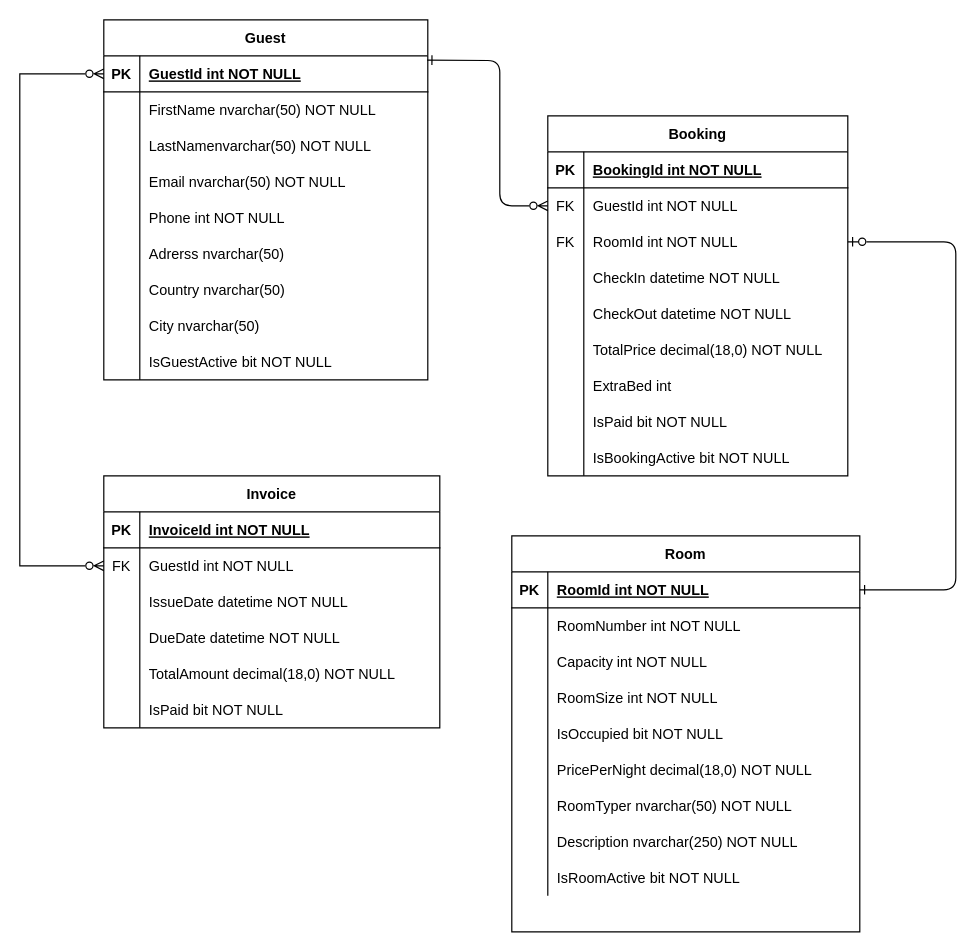
MosesDaCode/HotellCham keeps this draw.io diagram as Extra files/HotellCham ERD.drawio. Above is the earlier version. Source tidied: cells renumbered, new cells numbered last; positions are measured from the earlier drawing's top-left corner, leaving out a move shared by most shapes. Both pictures are drawn from the tidied source at 120%, with x=0, y=0 at pixel (19, 19).
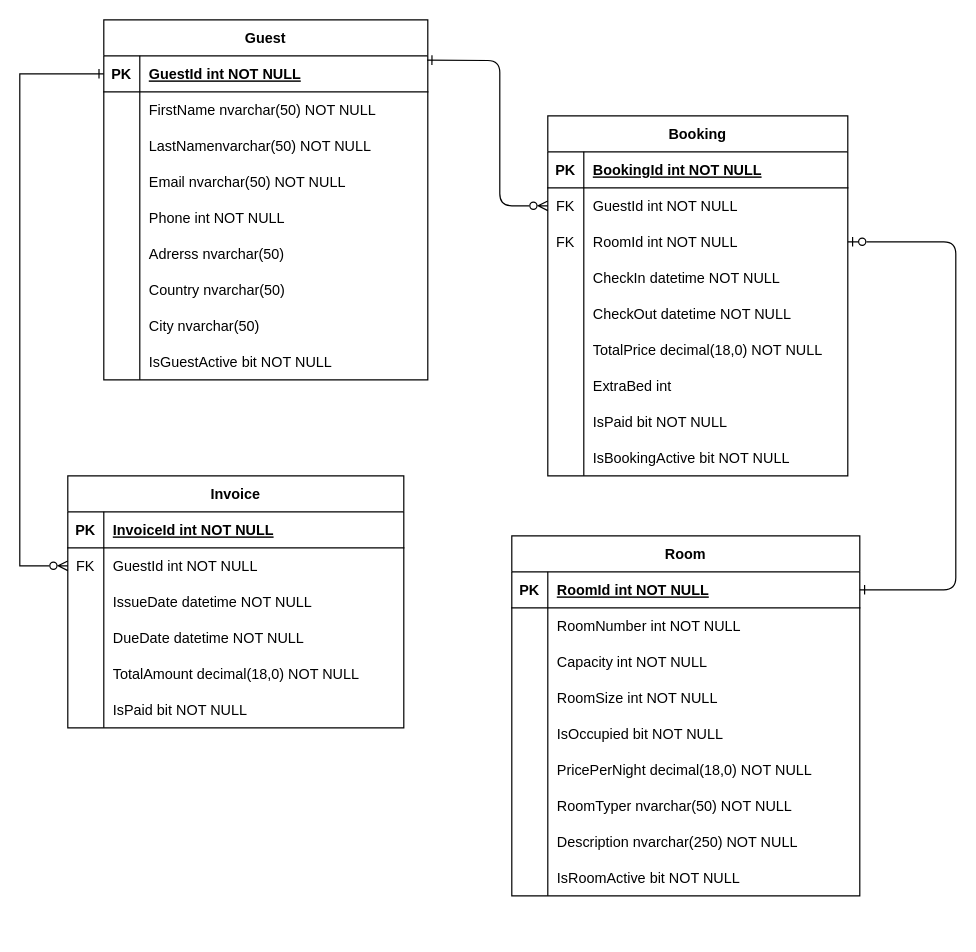
The same diagram, later.

The change refers to these unchanged cells:
```xml
<mxCell id="61" style="shape=partialRectangle;fillColor=none;points=[[0,0.5],[1,0.5]];portConstraint=eastwest;top=0;left=0;right=0;bottom=1;" parent="60" vertex="1">
  <mxGeometry y="30" width="270" height="30" as="geometry" />
</mxCell>
<mxCell id="92" style="shape=partialRectangle;fillColor=none;points=[[0,0.5],[1,0.5]];portConstraint=eastwest;top=0;left=0;right=0;bottom=0;" parent="88" vertex="1">
  <mxGeometry y="60" width="280" height="30" as="geometry" />
</mxCell>
```

Change to the diagram source:
```diff
@@
     <mxCell id="32" value="Room" style="shape=table;startSize=30;childLayout=tableLayout;rowLines=0;fontStyle=1;align=center;" parent="1" vertex="1">
-      <mxGeometry x="410" y="430" width="290" height="330" as="geometry" />
+      <mxGeometry x="410" y="430" width="290" height="300" as="geometry" />
     </mxCell>
@@
     <mxCell id="88" value="Invoice" style="shape=table;startSize=30;childLayout=tableLayout;rowLines=0;fontStyle=1;align=center;" parent="1" vertex="1">
-      <mxGeometry x="70" y="380" width="280" height="210" as="geometry" />
+      <mxGeometry x="40" y="380" width="280" height="210" as="geometry" />
     </mxCell>
@@
-    <mxCell id="107" style="endArrow=ERzeroToMany;html=1;rounded=0;exitX=0;exitY=0.5;exitDx=0;exitDy=0;entryX=0;entryY=0.5;entryDx=0;entryDy=0;startArrow=ERzeroToMany;startFill=0;endFill=0;" parent="1" edge="1" source="92" target="61">
+    <mxCell id="107" style="endArrow=ERone;html=1;rounded=0;exitX=0;exitY=0.5;exitDx=0;exitDy=0;entryX=0;entryY=0.5;entryDx=0;entryDy=0;startArrow=ERzeroToMany;startFill=0;endFill=0;" parent="1" edge="1" source="92" target="61">
       <mxGeometry relative="1" as="geometry">
         <Array as="points">
           <mxPoint y="455" />
           <mxPoint y="45" />
         </Array>
       </mxGeometry>
     </mxCell>
```
